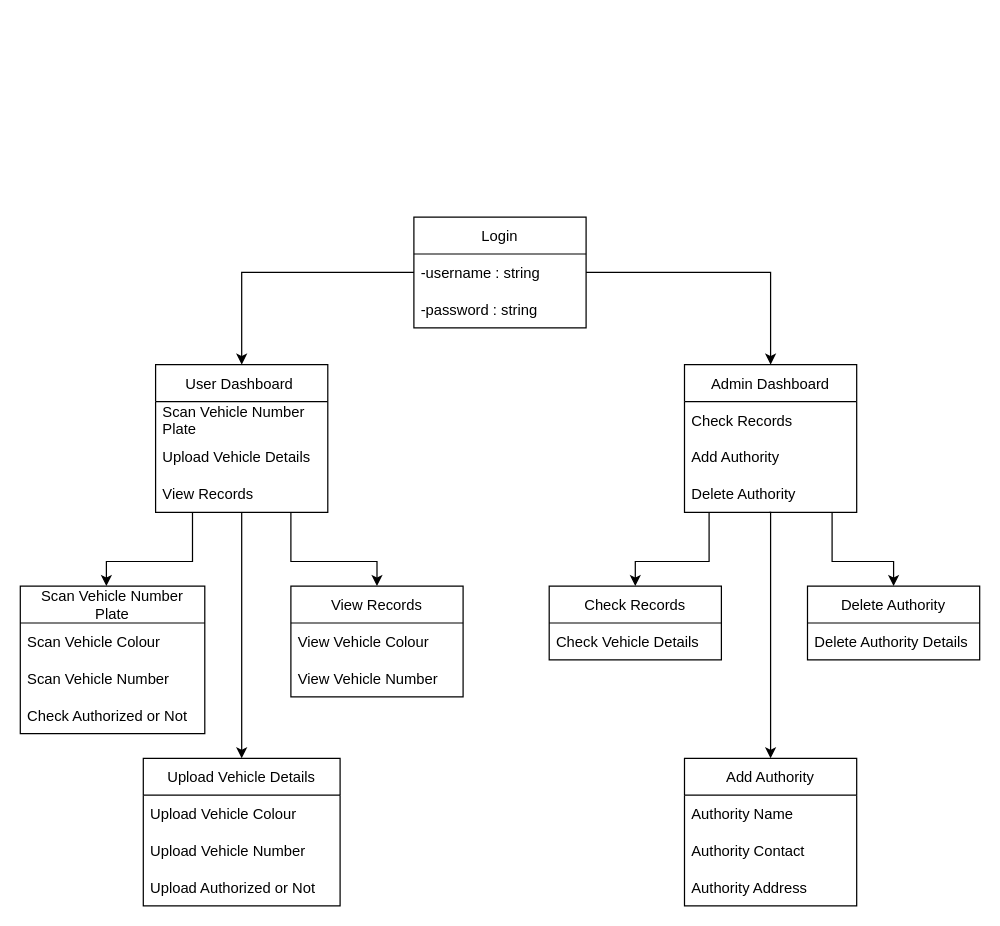
Before: classDiagram.drawio.xml in ShashwatG591/npds, a draw.io diagram. Source tidied: cells renumbered, new cells numbered last; positions are measured from the earlier drawing's top-left corner, leaving out a move shared by most shapes. Both pictures are drawn from the tidied source at 123%, with x=0, y=0 at pixel (20, 216).
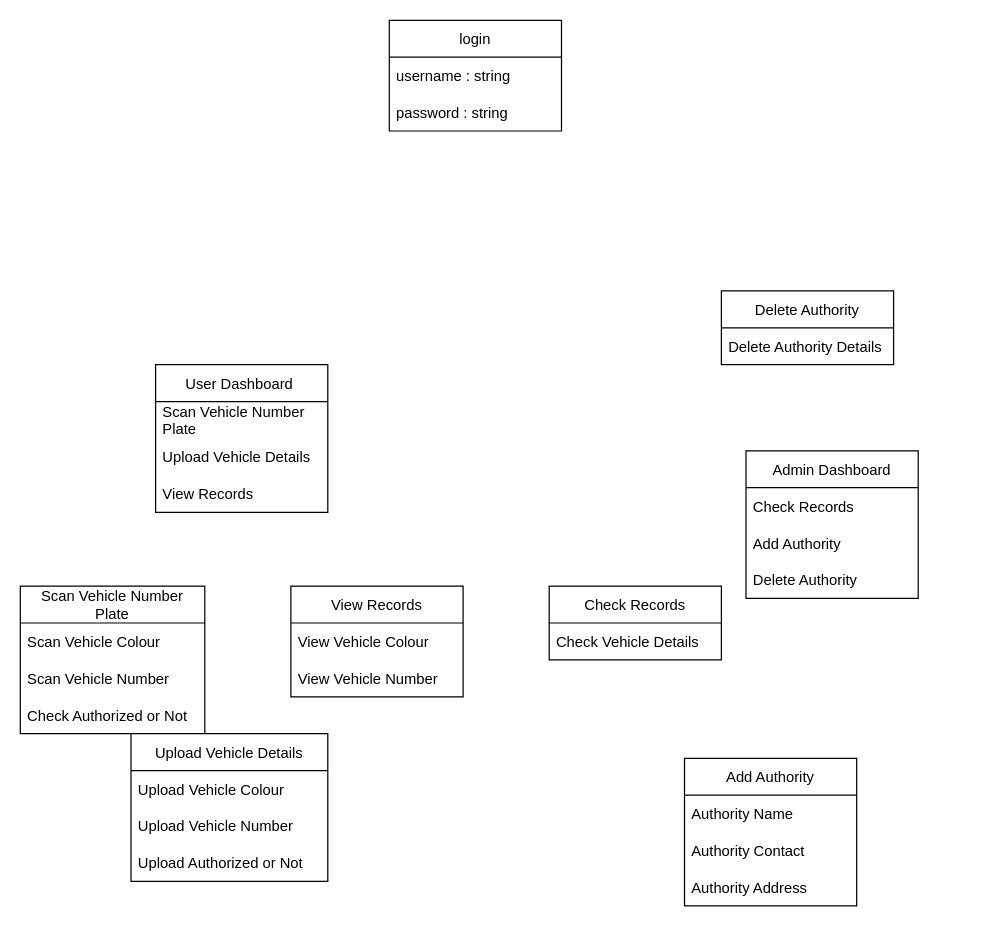
Above is the later version.

The change refers to these unchanged cells:
```xml
<mxCell id="13" value="User Dashboard " style="swimlane;fontStyle=0;horizontal=1;startSize=30;" parent="1" vertex="1">
  <mxGeometry x="110" y="120" width="140" height="120" as="geometry" />
</mxCell>
<mxCell id="17" value="Scan Vehicle Number &#10;Plate" style="swimlane;fontStyle=0;horizontal=1;startSize=30;" parent="1" vertex="1">
  <mxGeometry y="300" width="150" height="120" as="geometry" />
</mxCell>
<mxCell id="27" value="View Records" style="swimlane;fontStyle=0;horizontal=1;startSize=30;" parent="1" vertex="1">
  <mxGeometry x="220" y="300" width="140" height="90" as="geometry" />
</mxCell>
<mxCell id="31" value="Check Records" style="swimlane;fontStyle=0;horizontal=1;startSize=30;" parent="1" vertex="1">
  <mxGeometry x="430" y="300" width="140" height="60" as="geometry" />
</mxCell>
<mxCell id="33" value="Add Authority" style="swimlane;fontStyle=0;horizontal=1;startSize=30;" parent="1" vertex="1">
  <mxGeometry x="540" y="440" width="140" height="120" as="geometry" />
</mxCell>
```

What changed in the source:
```diff
@@
-    <mxCell id="2" style="edgeStyle=orthogonalEdgeStyle;rounded=0;jettySize=auto;html=1;" parent="1" edge="1" source="4" target="8">
-      <mxGeometry relative="1" as="geometry" />
-    </mxCell>
-    <mxCell id="3" style="edgeStyle=orthogonalEdgeStyle;rounded=0;jettySize=auto;html=1;" parent="1" edge="1" source="4" target="13">
-      <mxGeometry relative="1" as="geometry" />
-    </mxCell>
-    <mxCell id="4" value="Login" style="swimlane;fontStyle=0;horizontal=1;startSize=30;" parent="1" vertex="1">
-      <mxGeometry x="320" width="140" height="90" as="geometry" />
+    <mxCell id="4" value="login" style="swimlane;fontStyle=0;horizontal=1;startSize=30;" parent="1" vertex="1">
+      <mxGeometry x="300" y="-160" width="140" height="90" as="geometry" />
     </mxCell>
-    <mxCell id="5" value="-username : string" style="text;strokeColor=none;fillColor=none;align=left;verticalAlign=middle;spacingLeft=4;spacingRight=4;overflow=hidden;" parent="4" vertex="1">
+    <mxCell id="5" value="username : string" style="text;strokeColor=none;fillColor=none;align=left;verticalAlign=middle;spacingLeft=4;spacingRight=4;overflow=hidden;" parent="4" vertex="1">
       <mxGeometry y="30" width="140" height="30" as="geometry" />
     </mxCell>
-    <mxCell id="6" value="-password : string" style="text;strokeColor=none;fillColor=none;align=left;verticalAlign=middle;spacingLeft=4;spacingRight=4;overflow=hidden;" parent="4" vertex="1">
+    <mxCell id="6" value="password : string" style="text;strokeColor=none;fillColor=none;align=left;verticalAlign=middle;spacingLeft=4;spacingRight=4;overflow=hidden;" parent="4" vertex="1">
       <mxGeometry y="60" width="140" height="30" as="geometry" />
     </mxCell>
-    <mxCell id="7" style="edgeStyle=orthogonalEdgeStyle;rounded=0;jettySize=auto;html=1;" parent="1" edge="1" source="8" target="21">
-      <mxGeometry relative="1" as="geometry">
-        <Array as="points">
-          <mxPoint x="660" y="280" />
-          <mxPoint x="710" y="280" />
-        </Array>
-      </mxGeometry>
-    </mxCell>
     <mxCell id="8" value="Admin Dashboard" style="swimlane;fontStyle=0;horizontal=1;startSize=30;" parent="1" vertex="1">
-      <mxGeometry x="540" y="120" width="140" height="120" as="geometry" />
+      <mxGeometry x="590" y="190" width="140" height="120" as="geometry" />
     </mxCell>
@@
-    <mxCell id="12" style="edgeStyle=orthogonalEdgeStyle;rounded=0;jettySize=auto;html=1;" parent="1" edge="1" source="13" target="17">
-      <mxGeometry relative="1" as="geometry">
-        <Array as="points">
-          <mxPoint x="140" y="280" />
-          <mxPoint x="70" y="280" />
-        </Array>
-      </mxGeometry>
-    </mxCell>
@@
-    <mxCell id="21" value="Delete Authority" style="swimlane;fontStyle=0;horizontal=1;startSize=30;" parent="1" vertex="1">
-      <mxGeometry x="640" y="300" width="140" height="60" as="geometry" />
-    </mxCell>
-    <mxCell id="22" value="Delete Authority Details" style="text;strokeColor=none;fillColor=none;align=left;verticalAlign=middle;spacingLeft=4;spacingRight=4;overflow=hidden;" parent="21" vertex="1">
-      <mxGeometry y="30" width="140" height="30" as="geometry" />
-    </mxCell>
     <mxCell id="23" value="Upload Vehicle Details" style="swimlane;fontStyle=0;horizontal=1;startSize=30;" parent="1" vertex="1">
-      <mxGeometry x="100" y="440" width="160" height="120" as="geometry" />
+      <mxGeometry x="90" y="420" width="160" height="120" as="geometry" />
     </mxCell>
@@
-    <mxCell id="30" style="endArrow=classic;html=1;rounded=0;entryX=0.5;entryY=0;entryDx=0;entryDy=0;" parent="1" edge="1" target="27">
-      <mxGeometry relative="1" as="geometry">
-        <mxPoint x="220" y="240" as="sourcePoint" />
-        <Array as="points">
-          <mxPoint x="220" y="280" />
-          <mxPoint x="290" y="280" />
-        </Array>
-      </mxGeometry>
-    </mxCell>
@@
-    <mxCell id="37" style="edgeStyle=orthogonalEdgeStyle;rounded=0;jettySize=auto;html=1;entryX=0.5;entryY=0;entryDx=0;entryDy=0;" parent="1" edge="1" target="31">
-      <mxGeometry relative="1" as="geometry">
-        <mxPoint x="560" y="240" as="sourcePoint" />
-        <Array as="points">
-          <mxPoint x="560" y="280" />
-          <mxPoint x="500" y="280" />
-        </Array>
-      </mxGeometry>
-    </mxCell>
-    <mxCell id="38" style="edgeStyle=orthogonalEdgeStyle;rounded=0;jettySize=auto;html=1;entryX=0.5;entryY=0;entryDx=0;entryDy=0;" parent="1" edge="1" target="33">
-      <mxGeometry relative="1" as="geometry">
-        <mxPoint x="609" y="240" as="sourcePoint" />
-        <Array as="points">
-          <mxPoint x="610" y="240" />
-        </Array>
-      </mxGeometry>
-    </mxCell>
-    <mxCell id="39" style="endArrow=classic;html=1;rounded=0;entryX=0.5;entryY=0;entryDx=0;entryDy=0;" parent="1" edge="1" target="23">
-      <mxGeometry relative="1" as="geometry">
-        <mxPoint x="180" y="240" as="sourcePoint" />
-      </mxGeometry>
-    </mxCell>
+    <mxCell id="21" value="Delete Authority" style="swimlane;fontStyle=0;horizontal=1;startSize=30;" parent="1" vertex="1">
+      <mxGeometry x="570" y="60" width="140" height="60" as="geometry" />
+    </mxCell>
+    <mxCell id="22" value="Delete Authority Details" style="text;strokeColor=none;fillColor=none;align=left;verticalAlign=middle;spacingLeft=4;spacingRight=4;overflow=hidden;" parent="21" vertex="1">
+      <mxGeometry y="30" width="140" height="30" as="geometry" />
+    </mxCell>
```
